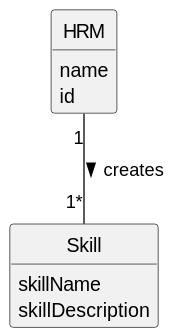
The PlantUML diagram docs/sprintA/us007/02.analysis/svg/us007-domain-model.svg in Departamento-de-Engenharia-Informatica/lei-24-s2-1dm-g132, before a commit.
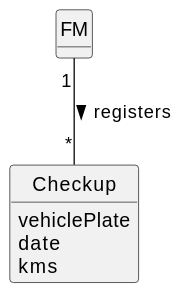
The same file after the commit.

The edit, as a diff of the source:
```diff
@@ -10,16 +10,15 @@
 
 
 
-class HRM {
-    name
-    id
+class FM {
 }
 
-class Skill {
-    skillName
-    skillDescription
 
+class Checkup {
+vehiclePlate
+    date
+    kms
 }
 
-HRM "1" -- "1*" Skill : creates >
+FM "1" -- "*" Checkup : registers >
 @enduml
```
